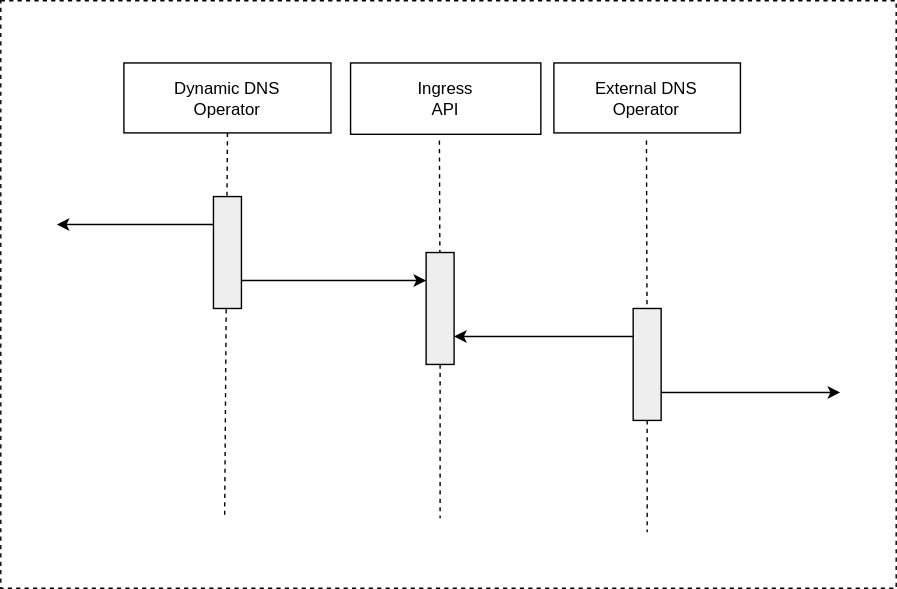
The draw.io diagram static/images/kubernetes-diy-dynamic-dns-operator.drawio.svg in Cori1109/Cori1109.github.io, before a commit. Source tidied: cells renumbered, new cells last; positions are measured from the earlier drawing's top-left corner, leaving out a move shared by most shapes.
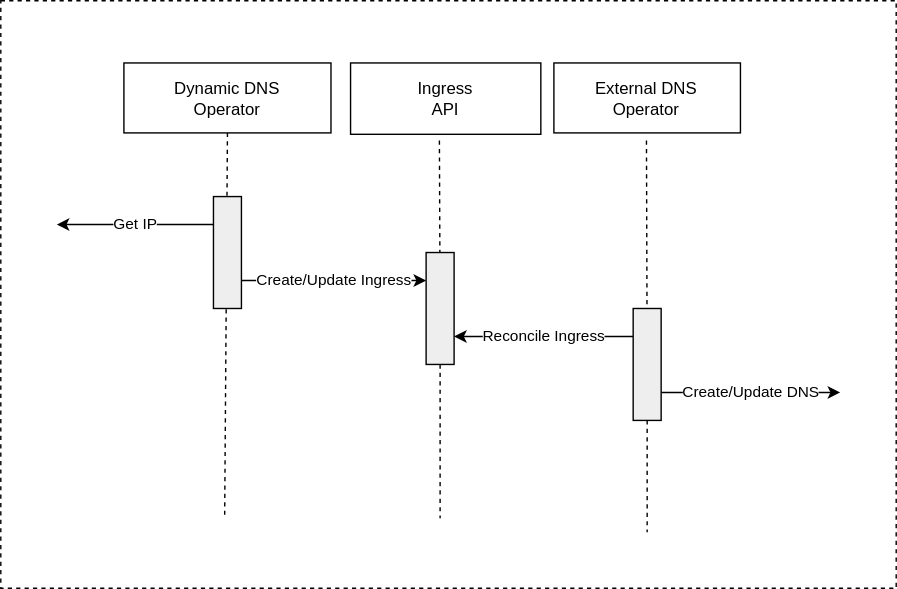
Later version of the same file.

Change to the diagram source:
```diff
@@ -2,6 +2,9 @@
   <root>
     <mxCell id="0" />
     <mxCell id="1" parent="0" />
+    <mxCell id="18" style="rounded=0;whiteSpace=wrap;html=1;fillColor=none;dashed=1;" parent="1" vertex="1">
+      <mxGeometry width="640" height="420" as="geometry" />
+    </mxCell>
     <mxCell id="2" value="Dynamic DNS&lt;br&gt;Operator" style="shape=rect;html=1;whiteSpace=wrap;align=center;" parent="1" vertex="1">
       <mxGeometry x="88" y="44.5" width="148" height="50" as="geometry" />
     </mxCell>
@@ -26,12 +29,12 @@
         <mxPoint x="314" y="370" as="targetPoint" />
       </mxGeometry>
     </mxCell>
-    <mxCell id="8" style="edgeStyle=orthogonalEdgeStyle;rounded=0;jettySize=auto;html=1;exitX=0;exitY=0.25;exitDx=0;exitDy=0;startArrow=none;startFill=0;endArrow=classic;endFill=1;" parent="1" edge="1" source="17">
+    <mxCell id="8" value="Get IP" style="edgeStyle=orthogonalEdgeStyle;rounded=0;jettySize=auto;html=1;exitX=0;exitY=0.25;exitDx=0;exitDy=0;startArrow=none;startFill=0;endArrow=classic;endFill=1;" parent="1" edge="1" source="17">
       <mxGeometry relative="1" as="geometry">
         <mxPoint x="40" y="160" as="targetPoint" />
       </mxGeometry>
     </mxCell>
-    <mxCell id="9" style="edgeStyle=orthogonalEdgeStyle;rounded=0;jettySize=auto;html=1;exitX=1;exitY=0.75;exitDx=0;exitDy=0;entryX=0;entryY=0.25;entryDx=0;entryDy=0;startArrow=none;startFill=0;endArrow=classic;endFill=1;" parent="1" edge="1" source="17" target="11">
+    <mxCell id="9" value="Create/Update Ingress" style="edgeStyle=orthogonalEdgeStyle;rounded=0;jettySize=auto;html=1;exitX=1;exitY=0.75;exitDx=0;exitDy=0;entryX=0;entryY=0.25;entryDx=0;entryDy=0;startArrow=none;startFill=0;endArrow=classic;endFill=1;" parent="1" edge="1" source="17" target="11">
       <mxGeometry relative="1" as="geometry" />
     </mxCell>
     <mxCell id="10" style="edgeStyle=none;html=1;dashed=1;endArrow=none;align=center;verticalAlign=bottom;exitX=0.5;exitY=1;" parent="1" edge="1" source="2">
@@ -47,10 +50,10 @@
         <mxPoint x="313.5" y="100" as="sourcePoint" />
       </mxGeometry>
     </mxCell>
-    <mxCell id="13" style="edgeStyle=orthogonalEdgeStyle;rounded=0;jettySize=auto;html=1;exitX=0;exitY=0.25;exitDx=0;exitDy=0;entryX=1;entryY=0.75;entryDx=0;entryDy=0;startArrow=none;startFill=0;endArrow=classic;endFill=1;" parent="1" edge="1" source="15" target="11">
+    <mxCell id="13" value="Reconcile Ingress" style="edgeStyle=orthogonalEdgeStyle;rounded=0;jettySize=auto;html=1;exitX=0;exitY=0.25;exitDx=0;exitDy=0;entryX=1;entryY=0.75;entryDx=0;entryDy=0;startArrow=none;startFill=0;endArrow=classic;endFill=1;" parent="1" edge="1" source="15" target="11">
       <mxGeometry relative="1" as="geometry" />
     </mxCell>
-    <mxCell id="14" style="edgeStyle=orthogonalEdgeStyle;rounded=0;jettySize=auto;html=1;exitX=1;exitY=0.75;exitDx=0;exitDy=0;startArrow=none;startFill=0;endArrow=classic;endFill=1;" parent="1" edge="1" source="15">
+    <mxCell id="14" value="Create/Update DNS" style="edgeStyle=orthogonalEdgeStyle;rounded=0;jettySize=auto;html=1;exitX=1;exitY=0.75;exitDx=0;exitDy=0;startArrow=none;startFill=0;endArrow=classic;endFill=1;" parent="1" edge="1" source="15">
       <mxGeometry relative="1" as="geometry">
         <mxPoint x="600" y="280" as="targetPoint" />
       </mxGeometry>
@@ -66,8 +69,5 @@
     <mxCell id="17" style="shape=rect;html=1;fillColor=#eeeeee;" parent="1" vertex="1">
       <mxGeometry x="152" y="140" width="20" height="80" as="geometry" />
     </mxCell>
-    <mxCell id="18" style="rounded=0;whiteSpace=wrap;html=1;fillColor=none;dashed=1;" parent="1" vertex="1">
-      <mxGeometry width="640" height="420" as="geometry" />
-    </mxCell>
   </root>
 </mxGraphModel>
```
